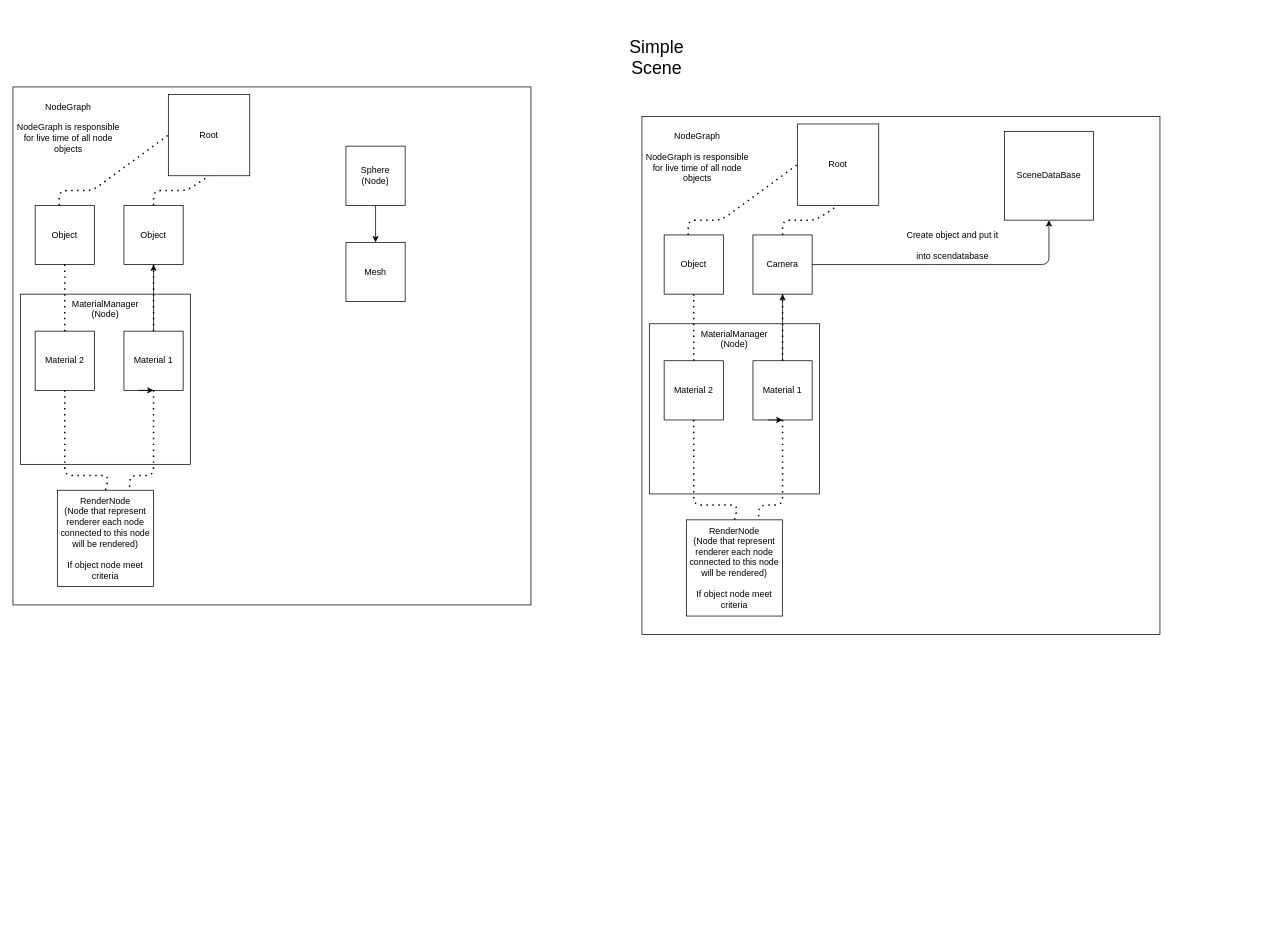
sstarosz/3DModelViewer keeps this draw.io diagram as Documentation/NodeGraph.drawio. Above is the earlier version. Source tidied: cells renumbered, new cells numbered last; positions are measured from the earlier drawing's top-left corner, leaving out a move shared by most shapes. Both pictures are drawn from the tidied source at 74%, with x=0, y=0 at pixel (13, 27).
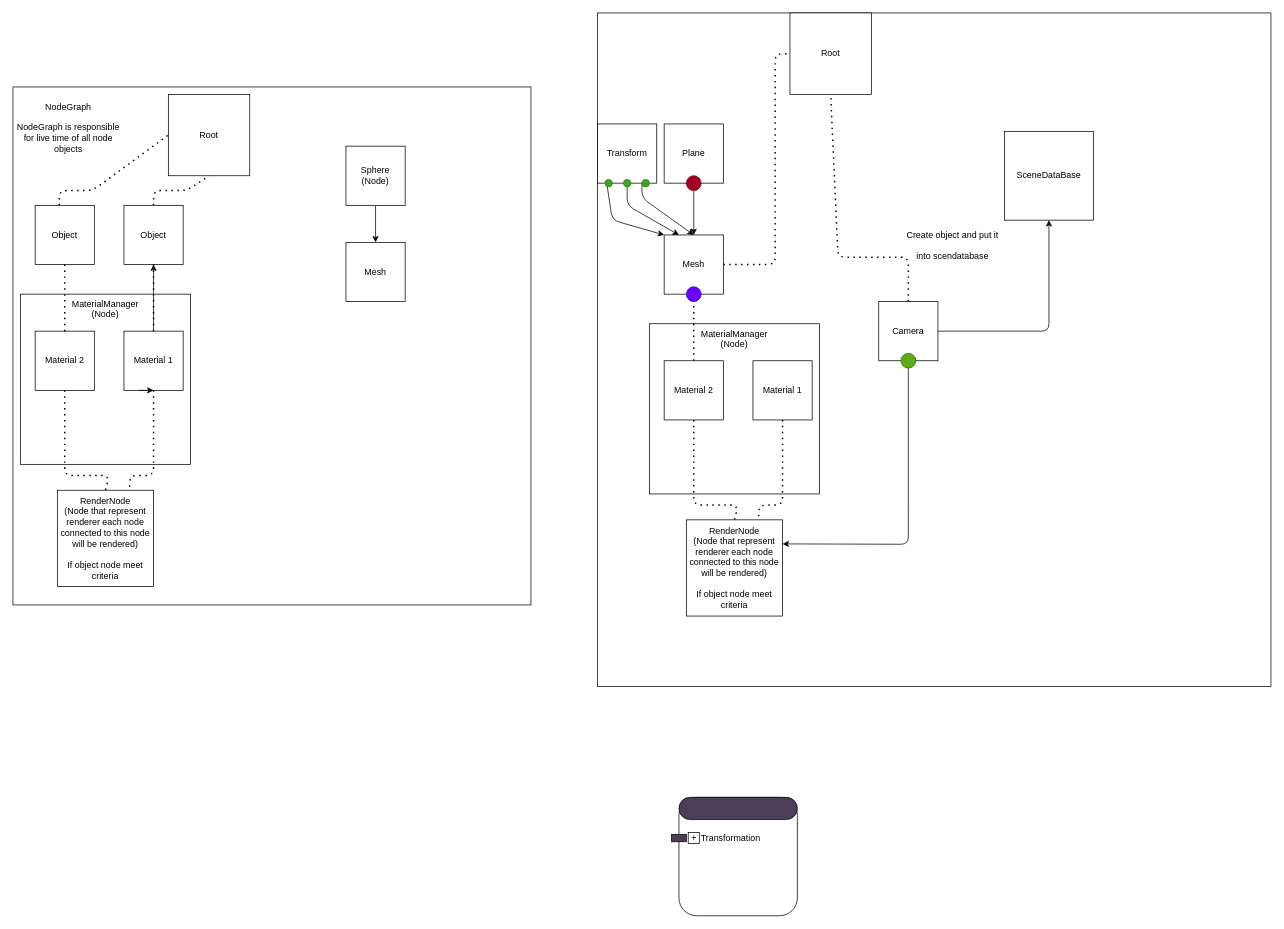
After the change.

The change refers to these unchanged cells:
```xml
<mxCell id="29" value="RenderNode&lt;br&gt;(Node that represent renderer each node connected to this node will be rendered)&lt;br&gt;&lt;br&gt;If object node meet criteria" style="whiteSpace=wrap;html=1;" parent="1" vertex="1">
  <mxGeometry x="910" y="665" width="130" height="130" as="geometry" />
</mxCell>
<mxCell id="31" value="Material 1" style="whiteSpace=wrap;html=1;" parent="1" vertex="1">
  <mxGeometry x="1000" y="450" width="80" height="80" as="geometry" />
</mxCell>
<mxCell id="40" value="SceneDataBase" style="whiteSpace=wrap;html=1;" parent="1" vertex="1">
  <mxGeometry x="1340" y="140" width="120" height="120" as="geometry" />
</mxCell>
```

Diff of the diagram source:
```diff
@@
     <mxCell id="22" style="whiteSpace=wrap;html=1;" parent="1" vertex="1">
-      <mxGeometry x="850" y="120" width="700" height="700" as="geometry" />
+      <mxGeometry x="790" y="-20" width="910" height="910" as="geometry" />
     </mxCell>
@@
-    <mxCell id="24" value="NodeGraph&lt;br&gt;&lt;br&gt;NodeGraph is responsible for live time of all node objects" style="text;html=1;strokeColor=none;fillColor=none;align=center;verticalAlign=middle;whiteSpace=wrap;rounded=0;" parent="1" vertex="1">
-      <mxGeometry x="850" y="130" width="150" height="90" as="geometry" />
-    </mxCell>
     <mxCell id="25" value="Root" style="whiteSpace=wrap;html=1;" parent="1" vertex="1">
-      <mxGeometry x="1060" y="130" width="110" height="110" as="geometry" />
+      <mxGeometry x="1050" y="-20" width="110" height="110" as="geometry" />
     </mxCell>
     <mxCell id="26" style="edgeStyle=none;html=1;exitX=1;exitY=0.5;exitDx=0;exitDy=0;entryX=0.5;entryY=1;entryDx=0;entryDy=0;fontSize=24;" parent="1" edge="1" source="27" target="40">
       <mxGeometry relative="1" as="geometry">
         <Array as="points">
-          <mxPoint x="1240" y="320" />
+          <mxPoint x="1400" y="410" />
           <mxPoint x="1400" y="320" />
         </Array>
       </mxGeometry>
     </mxCell>
+    <mxCell id="43" style="edgeStyle=none;html=1;entryX=1;entryY=0.25;entryDx=0;entryDy=0;startArrow=none;" parent="1" edge="1" source="45" target="29">
+      <mxGeometry relative="1" as="geometry">
+        <Array as="points">
+          <mxPoint x="1210" y="640" />
+          <mxPoint x="1210" y="698" />
+        </Array>
+      </mxGeometry>
+    </mxCell>
     <mxCell id="27" value="Camera" style="whiteSpace=wrap;html=1;" parent="1" vertex="1">
-      <mxGeometry x="1000" y="280" width="80" height="80" as="geometry" />
+      <mxGeometry x="1170" y="370" width="80" height="80" as="geometry" />
     </mxCell>
     <mxCell id="28" style="endArrow=none;dashed=1;html=1;dashPattern=1 3;strokeWidth=2;exitX=0.5;exitY=0;exitDx=0;exitDy=0;entryX=0.5;entryY=1;entryDx=0;entryDy=0;" parent="1" edge="1" source="27" target="25">
       <mxGeometry relative="1" as="geometry">
         <Array as="points">
-          <mxPoint x="1040" y="260" />
-          <mxPoint x="1085" y="260" />
+          <mxPoint x="1210" y="310" />
+          <mxPoint x="1115" y="310" />
         </Array>
       </mxGeometry>
     </mxCell>
@@
-    <mxCell id="30" style="edgeStyle=none;html=1;" parent="1" edge="1" source="31" target="27">
-      <mxGeometry relative="1" as="geometry" />
-    </mxCell>
@@
-    <mxCell id="32" style="endArrow=none;dashed=1;html=1;dashPattern=1 3;strokeWidth=2;entryX=0.5;entryY=1;entryDx=0;entryDy=0;exitX=0.5;exitY=0;exitDx=0;exitDy=0;" parent="1" edge="1" source="31" target="27">
-      <mxGeometry relative="1" as="geometry">
-        <Array as="points">
-          <mxPoint x="1040" y="390" />
-        </Array>
-      </mxGeometry>
-    </mxCell>
@@
-    <mxCell id="34" value="Object" style="whiteSpace=wrap;html=1;" parent="1" vertex="1">
+    <mxCell id="34" value="Mesh&lt;br&gt;" style="whiteSpace=wrap;html=1;" parent="1" vertex="1">
       <mxGeometry x="880" y="280" width="80" height="80" as="geometry" />
     </mxCell>
@@
-    <mxCell id="37" style="endArrow=none;dashed=1;html=1;dashPattern=1 3;strokeWidth=2;exitX=0.5;exitY=0;exitDx=0;exitDy=0;entryX=0;entryY=0.5;entryDx=0;entryDy=0;" parent="1" edge="1" target="25">
+    <mxCell id="37" style="endArrow=none;dashed=1;html=1;dashPattern=1 3;strokeWidth=2;entryX=0;entryY=0.5;entryDx=0;entryDy=0;exitX=1;exitY=0.5;exitDx=0;exitDy=0;" parent="1" edge="1" source="34" target="25">
       <mxGeometry relative="1" as="geometry">
-        <mxPoint x="912.5" y="280" as="sourcePoint" />
         <Array as="points">
-          <mxPoint x="912.5" y="260" />
-          <mxPoint x="957.5" y="260" />
+          <mxPoint x="1030" y="320" />
+          <mxPoint x="1030" y="35" />
         </Array>
       </mxGeometry>
     </mxCell>
@@
-    <mxCell id="39" style="edgeStyle=none;html=1;exitX=0.25;exitY=1;exitDx=0;exitDy=0;entryX=0.5;entryY=1;entryDx=0;entryDy=0;" parent="1" edge="1" source="31" target="31">
-      <mxGeometry relative="1" as="geometry" />
-    </mxCell>
@@
-    <mxCell id="41" value="&lt;font style=&quot;font-size: 24px;&quot;&gt;Simple Scene&lt;/font&gt;" style="text;html=1;strokeColor=none;fillColor=none;align=center;verticalAlign=middle;whiteSpace=wrap;rounded=0;" parent="1" vertex="1">
-      <mxGeometry x="810" width="120" height="80" as="geometry" />
-    </mxCell>
@@
+    <mxCell id="44" style="edgeStyle=none;html=1;entryX=1;entryY=0.25;entryDx=0;entryDy=0;endArrow=none;" parent="1" edge="1" source="27" target="45">
+      <mxGeometry relative="1" as="geometry" />
+    </mxCell>
+    <mxCell id="45" style="ellipse;whiteSpace=wrap;html=1;fillColor=#60a917;fontColor=#ffffff;strokeColor=#2D7600;" parent="1" vertex="1">
+      <mxGeometry x="1200" y="440" width="20" height="20" as="geometry" />
+    </mxCell>
+    <mxCell id="46" style="edgeStyle=none;html=1;exitX=0.5;exitY=1;exitDx=0;exitDy=0;entryX=0.5;entryY=0;entryDx=0;entryDy=0;startArrow=none;" parent="1" edge="1" source="49" target="34">
+      <mxGeometry relative="1" as="geometry" />
+    </mxCell>
+    <mxCell id="47" value="Plane" style="whiteSpace=wrap;html=1;" parent="1" vertex="1">
+      <mxGeometry x="880" y="130" width="80" height="80" as="geometry" />
+    </mxCell>
+    <mxCell id="48" style="edgeStyle=none;html=1;exitX=0.5;exitY=1;exitDx=0;exitDy=0;entryX=0.5;entryY=0;entryDx=0;entryDy=0;endArrow=none;" parent="1" edge="1" source="47" target="49">
+      <mxGeometry relative="1" as="geometry" />
+    </mxCell>
+    <mxCell id="49" style="ellipse;whiteSpace=wrap;html=1;fillColor=#a20025;fontColor=#ffffff;strokeColor=#6F0000;" parent="1" vertex="1">
+      <mxGeometry x="910" y="200" width="20" height="20" as="geometry" />
+    </mxCell>
+    <mxCell id="50" style="ellipse;whiteSpace=wrap;html=1;fillColor=#6a00ff;fontColor=#ffffff;strokeColor=#3700CC;" parent="1" vertex="1">
+      <mxGeometry x="910" y="350" width="20" height="20" as="geometry" />
+    </mxCell>
+    <mxCell id="51" style="edgeStyle=none;html=1;exitX=0.5;exitY=1;exitDx=0;exitDy=0;entryX=0.25;entryY=0;entryDx=0;entryDy=0;" parent="1" edge="1" source="54" target="34">
+      <mxGeometry relative="1" as="geometry">
+        <Array as="points">
+          <mxPoint x="830" y="240" />
+        </Array>
+      </mxGeometry>
+    </mxCell>
+    <mxCell id="52" style="edgeStyle=none;html=1;exitX=0.75;exitY=1;exitDx=0;exitDy=0;entryX=0.5;entryY=0;entryDx=0;entryDy=0;" parent="1" edge="1" source="54" target="34">
+      <mxGeometry relative="1" as="geometry">
+        <Array as="points">
+          <mxPoint x="850" y="230" />
+        </Array>
+      </mxGeometry>
+    </mxCell>
+    <mxCell id="53" style="edgeStyle=none;html=1;exitX=0.25;exitY=1;exitDx=0;exitDy=0;entryX=0;entryY=0;entryDx=0;entryDy=0;startArrow=none;" parent="1" edge="1" source="56" target="34">
+      <mxGeometry relative="1" as="geometry">
+        <Array as="points">
+          <mxPoint x="810" y="260" />
+        </Array>
+      </mxGeometry>
+    </mxCell>
+    <mxCell id="54" value="Transform&lt;br&gt;" style="whiteSpace=wrap;html=1;" parent="1" vertex="1">
+      <mxGeometry x="790" y="130" width="80" height="80" as="geometry" />
+    </mxCell>
+    <mxCell id="55" style="edgeStyle=none;html=1;exitX=0.25;exitY=1;exitDx=0;exitDy=0;entryX=0;entryY=0;entryDx=0;entryDy=0;endArrow=none;" parent="1" edge="1" source="54" target="56">
+      <mxGeometry relative="1" as="geometry" />
+    </mxCell>
+    <mxCell id="56" style="ellipse;whiteSpace=wrap;html=1;fillColor=#3AA929;strokeColor=#2D7600;fontColor=#ffffff;" parent="1" vertex="1">
+      <mxGeometry x="800" y="205" width="10" height="10" as="geometry" />
+    </mxCell>
+    <mxCell id="57" style="ellipse;whiteSpace=wrap;html=1;fillColor=#3AA929;strokeColor=#2D7600;fontColor=#ffffff;" parent="1" vertex="1">
+      <mxGeometry x="825" y="205" width="10" height="10" as="geometry" />
+    </mxCell>
+    <mxCell id="58" style="ellipse;whiteSpace=wrap;html=1;fillColor=#3AA929;strokeColor=#2D7600;fontColor=#ffffff;" parent="1" vertex="1">
+      <mxGeometry x="850" y="205" width="10" height="10" as="geometry" />
+    </mxCell>
+    <mxCell id="59" style="whiteSpace=wrap;html=1;rounded=1;" parent="1" vertex="1">
+      <mxGeometry x="900" y="1040" width="160" height="160" as="geometry" />
+    </mxCell>
+    <mxCell id="60" style="whiteSpace=wrap;html=1;rounded=1;fillColor=#4A3E59;arcSize=160;absoluteArcSize=1;" parent="1" vertex="1">
+      <mxGeometry x="900" y="1040" width="160" height="30" as="geometry" />
+    </mxCell>
+    <mxCell id="61" style="whiteSpace=wrap;html=1;rounded=1;fillColor=#4A3E59;arcSize=0;absoluteArcSize=1;" parent="1" vertex="1">
+      <mxGeometry x="890" y="1090" width="20" height="10" as="geometry" />
+    </mxCell>
+    <mxCell id="62" value="Transformation" style="text;html=1;strokeColor=none;fillColor=none;align=center;verticalAlign=middle;whiteSpace=wrap;rounded=0;sketch=0;" parent="1" vertex="1">
+      <mxGeometry x="940" y="1080" width="60" height="30" as="geometry" />
+    </mxCell>
+    <mxCell id="63" value="+" style="rounded=0;whiteSpace=wrap;html=1;labelBorderColor=none;sketch=0;fillColor=none;" parent="1" vertex="1">
+      <mxGeometry x="912.5" y="1087.5" width="15" height="15" as="geometry" />
+    </mxCell>
```
